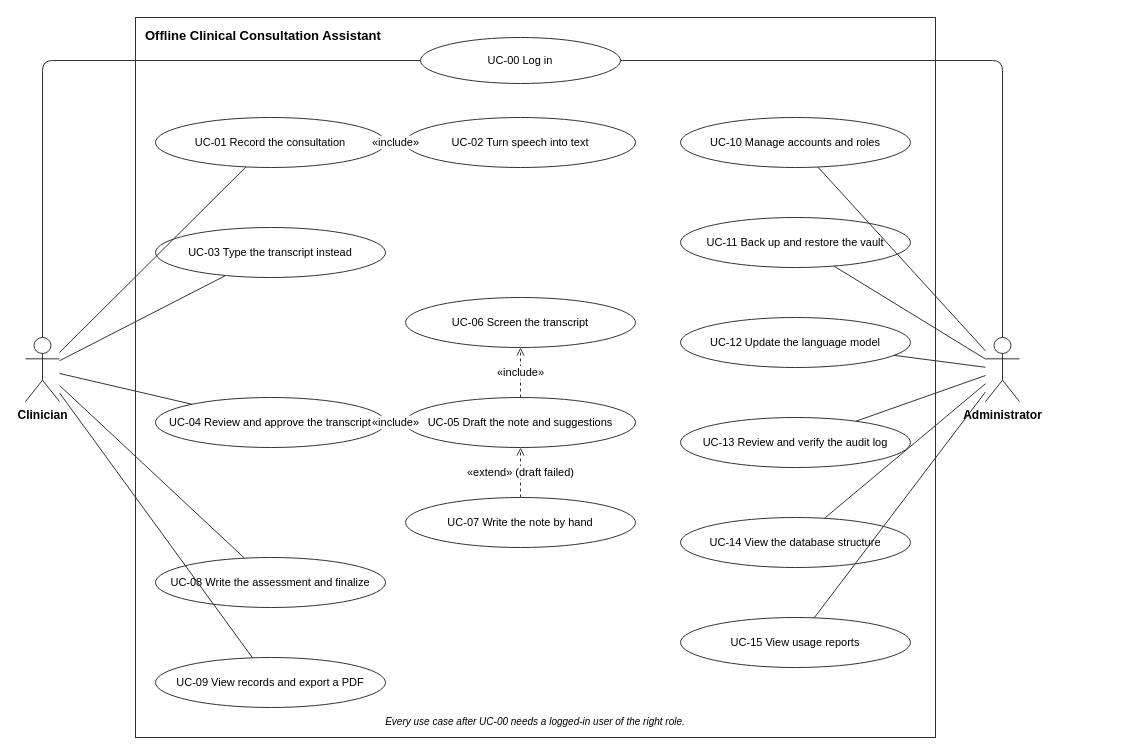
The draw.io diagram docs/design/fig-4-1-use-cases.drawio in kinuthia-mark/Offline-Desktop-Based-Medical-Professional-Clinical-Consultation-Assistant-, before the edit. Source tidied: cells renumbered, new cells numbered last; positions are measured from the earlier drawing's top-left corner, leaving out a move shared by most shapes. Both pictures are drawn from the tidied source at 100%, with x=0, y=0 at pixel (25, 17).
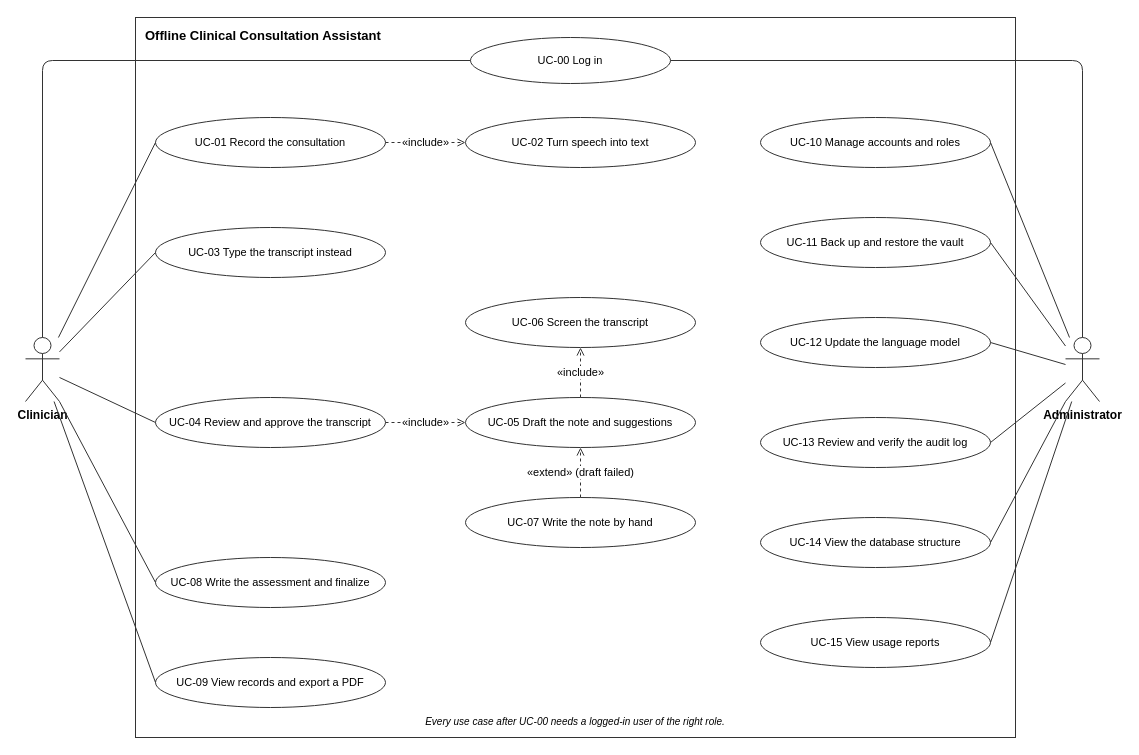
After the change.

Commit message:
docs(design): figure 4.1 lines meet each use case on the actor's side

Unchanged cells that the change refers to:
```xml
<mxCell id="3" value="Clinician" style="shape=umlActor;verticalLabelPosition=bottom;verticalAlign=top;html=1;outlineConnect=0;fillColor=#ffffff;strokeColor=#333333;fontFamily=Helvetica;fontSize=12;fontStyle=1;" parent="1" vertex="1">
  <mxGeometry y="320" width="34" height="64" as="geometry" />
</mxCell>
<mxCell id="6" value="UC-01 Record the consultation" style="ellipse;whiteSpace=wrap;html=1;fillColor=#ffffff;strokeColor=#333333;fontFamily=Helvetica;fontSize=11;" parent="1" vertex="1">
  <mxGeometry x="130" y="100" width="230" height="50" as="geometry" />
</mxCell>
<mxCell id="7" value="UC-03 Type the transcript instead" style="ellipse;whiteSpace=wrap;html=1;fillColor=#ffffff;strokeColor=#333333;fontFamily=Helvetica;fontSize=11;" parent="1" vertex="1">
  <mxGeometry x="130" y="210" width="230" height="50" as="geometry" />
</mxCell>
<mxCell id="8" value="UC-04 Review and approve the transcript" style="ellipse;whiteSpace=wrap;html=1;fillColor=#ffffff;strokeColor=#333333;fontFamily=Helvetica;fontSize=11;" parent="1" vertex="1">
  <mxGeometry x="130" y="380" width="230" height="50" as="geometry" />
</mxCell>
<mxCell id="9" value="UC-08 Write the assessment and finalize" style="ellipse;whiteSpace=wrap;html=1;fillColor=#ffffff;strokeColor=#333333;fontFamily=Helvetica;fontSize=11;" parent="1" vertex="1">
  <mxGeometry x="130" y="540" width="230" height="50" as="geometry" />
</mxCell>
<mxCell id="10" value="UC-09 View records and export a PDF" style="ellipse;whiteSpace=wrap;html=1;fillColor=#ffffff;strokeColor=#333333;fontFamily=Helvetica;fontSize=11;" parent="1" vertex="1">
  <mxGeometry x="130" y="640" width="230" height="50" as="geometry" />
</mxCell>
```

Change to the diagram source:
```diff
@@
     <mxCell id="2" value="Offline Clinical Consultation Assistant" style="rounded=0;whiteSpace=wrap;html=1;fillColor=none;strokeColor=#333333;verticalAlign=top;align=left;spacingLeft=8;spacingTop=4;fontFamily=Helvetica;fontSize=13;fontStyle=1;" parent="1" vertex="1">
-      <mxGeometry x="110" width="800" height="720" as="geometry" />
+      <mxGeometry x="110" width="880" height="720" as="geometry" />
     </mxCell>
@@
     <mxCell id="4" value="Administrator" style="shape=umlActor;verticalLabelPosition=bottom;verticalAlign=top;html=1;outlineConnect=0;fillColor=#ffffff;strokeColor=#333333;fontFamily=Helvetica;fontSize=12;fontStyle=1;" parent="1" vertex="1">
-      <mxGeometry x="960" y="320" width="34" height="64" as="geometry" />
+      <mxGeometry x="1040" y="320" width="34" height="64" as="geometry" />
     </mxCell>
     <mxCell id="5" value="UC-00 Log in" style="ellipse;whiteSpace=wrap;html=1;fillColor=#ffffff;strokeColor=#333333;fontFamily=Helvetica;fontSize=11;" parent="1" vertex="1">
-      <mxGeometry x="395" y="20" width="200" height="46" as="geometry" />
+      <mxGeometry x="445" y="20" width="200" height="46" as="geometry" />
     </mxCell>
@@
     <mxCell id="11" value="UC-02 Turn speech into text" style="ellipse;whiteSpace=wrap;html=1;fillColor=#ffffff;strokeColor=#333333;fontFamily=Helvetica;fontSize=11;" parent="1" vertex="1">
-      <mxGeometry x="380" y="100" width="230" height="50" as="geometry" />
+      <mxGeometry x="440" y="100" width="230" height="50" as="geometry" />
     </mxCell>
     <mxCell id="12" value="UC-06 Screen the transcript" style="ellipse;whiteSpace=wrap;html=1;fillColor=#ffffff;strokeColor=#333333;fontFamily=Helvetica;fontSize=11;" parent="1" vertex="1">
-      <mxGeometry x="380" y="280" width="230" height="50" as="geometry" />
+      <mxGeometry x="440" y="280" width="230" height="50" as="geometry" />
     </mxCell>
     <mxCell id="13" value="UC-05 Draft the note and suggestions" style="ellipse;whiteSpace=wrap;html=1;fillColor=#ffffff;strokeColor=#333333;fontFamily=Helvetica;fontSize=11;" parent="1" vertex="1">
-      <mxGeometry x="380" y="380" width="230" height="50" as="geometry" />
+      <mxGeometry x="440" y="380" width="230" height="50" as="geometry" />
     </mxCell>
     <mxCell id="14" value="UC-07 Write the note by hand" style="ellipse;whiteSpace=wrap;html=1;fillColor=#ffffff;strokeColor=#333333;fontFamily=Helvetica;fontSize=11;" parent="1" vertex="1">
-      <mxGeometry x="380" y="480" width="230" height="50" as="geometry" />
+      <mxGeometry x="440" y="480" width="230" height="50" as="geometry" />
     </mxCell>
     <mxCell id="15" value="UC-10 Manage accounts and roles" style="ellipse;whiteSpace=wrap;html=1;fillColor=#ffffff;strokeColor=#333333;fontFamily=Helvetica;fontSize=11;" parent="1" vertex="1">
-      <mxGeometry x="655" y="100" width="230" height="50" as="geometry" />
+      <mxGeometry x="735" y="100" width="230" height="50" as="geometry" />
     </mxCell>
     <mxCell id="16" value="UC-11 Back up and restore the vault" style="ellipse;whiteSpace=wrap;html=1;fillColor=#ffffff;strokeColor=#333333;fontFamily=Helvetica;fontSize=11;" parent="1" vertex="1">
-      <mxGeometry x="655" y="200" width="230" height="50" as="geometry" />
+      <mxGeometry x="735" y="200" width="230" height="50" as="geometry" />
     </mxCell>
     <mxCell id="17" value="UC-12 Update the language model" style="ellipse;whiteSpace=wrap;html=1;fillColor=#ffffff;strokeColor=#333333;fontFamily=Helvetica;fontSize=11;" parent="1" vertex="1">
-      <mxGeometry x="655" y="300" width="230" height="50" as="geometry" />
+      <mxGeometry x="735" y="300" width="230" height="50" as="geometry" />
     </mxCell>
     <mxCell id="18" value="UC-13 Review and verify the audit log" style="ellipse;whiteSpace=wrap;html=1;fillColor=#ffffff;strokeColor=#333333;fontFamily=Helvetica;fontSize=11;" parent="1" vertex="1">
-      <mxGeometry x="655" y="400" width="230" height="50" as="geometry" />
+      <mxGeometry x="735" y="400" width="230" height="50" as="geometry" />
     </mxCell>
     <mxCell id="19" value="UC-14 View the database structure" style="ellipse;whiteSpace=wrap;html=1;fillColor=#ffffff;strokeColor=#333333;fontFamily=Helvetica;fontSize=11;" parent="1" vertex="1">
-      <mxGeometry x="655" y="500" width="230" height="50" as="geometry" />
+      <mxGeometry x="735" y="500" width="230" height="50" as="geometry" />
     </mxCell>
     <mxCell id="20" value="UC-15 View usage reports" style="ellipse;whiteSpace=wrap;html=1;fillColor=#ffffff;strokeColor=#333333;fontFamily=Helvetica;fontSize=11;" parent="1" vertex="1">
-      <mxGeometry x="655" y="600" width="230" height="50" as="geometry" />
+      <mxGeometry x="735" y="600" width="230" height="50" as="geometry" />
     </mxCell>
-    <mxCell id="21" style="html=1;strokeColor=#333333;fontFamily=Helvetica;fontSize=11;endArrow=none;endFill=1;startArrow=none;startFill=1;labelBackgroundColor=#ffffff;" parent="1" edge="1" source="3" target="6">
+    <mxCell id="21" style="html=1;strokeColor=#333333;fontFamily=Helvetica;fontSize=11;endArrow=none;endFill=1;startArrow=none;startFill=1;labelBackgroundColor=#ffffff;entryX=0;entryY=0.5;entryDx=0;entryDy=0;" parent="1" edge="1" source="3" target="6">
       <mxGeometry relative="1" as="geometry" />
     </mxCell>
-    <mxCell id="22" style="html=1;strokeColor=#333333;fontFamily=Helvetica;fontSize=11;endArrow=none;endFill=1;startArrow=none;startFill=1;labelBackgroundColor=#ffffff;" parent="1" edge="1" source="3" target="7">
+    <mxCell id="22" style="html=1;strokeColor=#333333;fontFamily=Helvetica;fontSize=11;endArrow=none;endFill=1;startArrow=none;startFill=1;labelBackgroundColor=#ffffff;entryX=0;entryY=0.5;entryDx=0;entryDy=0;" parent="1" edge="1" source="3" target="7">
       <mxGeometry relative="1" as="geometry" />
     </mxCell>
-    <mxCell id="23" style="html=1;strokeColor=#333333;fontFamily=Helvetica;fontSize=11;endArrow=none;endFill=1;startArrow=none;startFill=1;labelBackgroundColor=#ffffff;" parent="1" edge="1" source="3" target="8">
+    <mxCell id="23" style="html=1;strokeColor=#333333;fontFamily=Helvetica;fontSize=11;endArrow=none;endFill=1;startArrow=none;startFill=1;labelBackgroundColor=#ffffff;entryX=0;entryY=0.5;entryDx=0;entryDy=0;" parent="1" edge="1" source="3" target="8">
       <mxGeometry relative="1" as="geometry" />
     </mxCell>
-    <mxCell id="24" style="html=1;strokeColor=#333333;fontFamily=Helvetica;fontSize=11;endArrow=none;endFill=1;startArrow=none;startFill=1;labelBackgroundColor=#ffffff;" parent="1" edge="1" source="3" target="9">
+    <mxCell id="24" style="html=1;strokeColor=#333333;fontFamily=Helvetica;fontSize=11;endArrow=none;endFill=1;startArrow=none;startFill=1;labelBackgroundColor=#ffffff;entryX=0;entryY=0.5;entryDx=0;entryDy=0;" parent="1" edge="1" source="3" target="9">
       <mxGeometry relative="1" as="geometry" />
     </mxCell>
-    <mxCell id="25" style="html=1;strokeColor=#333333;fontFamily=Helvetica;fontSize=11;endArrow=none;endFill=1;startArrow=none;startFill=1;labelBackgroundColor=#ffffff;" parent="1" edge="1" source="3" target="10">
+    <mxCell id="25" style="html=1;strokeColor=#333333;fontFamily=Helvetica;fontSize=11;endArrow=none;endFill=1;startArrow=none;startFill=1;labelBackgroundColor=#ffffff;entryX=0;entryY=0.5;entryDx=0;entryDy=0;" parent="1" edge="1" source="3" target="10">
       <mxGeometry relative="1" as="geometry" />
     </mxCell>
-    <mxCell id="26" style="html=1;strokeColor=#333333;fontFamily=Helvetica;fontSize=11;endArrow=none;endFill=1;startArrow=none;startFill=1;labelBackgroundColor=#ffffff;" parent="1" edge="1" source="4" target="15">
+    <mxCell id="26" style="html=1;strokeColor=#333333;fontFamily=Helvetica;fontSize=11;endArrow=none;endFill=1;startArrow=none;startFill=1;labelBackgroundColor=#ffffff;entryX=1;entryY=0.5;entryDx=0;entryDy=0;" parent="1" edge="1" source="4" target="15">
       <mxGeometry relative="1" as="geometry" />
     </mxCell>
-    <mxCell id="27" style="html=1;strokeColor=#333333;fontFamily=Helvetica;fontSize=11;endArrow=none;endFill=1;startArrow=none;startFill=1;labelBackgroundColor=#ffffff;" parent="1" edge="1" source="4" target="16">
+    <mxCell id="27" style="html=1;strokeColor=#333333;fontFamily=Helvetica;fontSize=11;endArrow=none;endFill=1;startArrow=none;startFill=1;labelBackgroundColor=#ffffff;entryX=1;entryY=0.5;entryDx=0;entryDy=0;" parent="1" edge="1" source="4" target="16">
       <mxGeometry relative="1" as="geometry" />
     </mxCell>
-    <mxCell id="28" style="html=1;strokeColor=#333333;fontFamily=Helvetica;fontSize=11;endArrow=none;endFill=1;startArrow=none;startFill=1;labelBackgroundColor=#ffffff;" parent="1" edge="1" source="4" target="17">
+    <mxCell id="28" style="html=1;strokeColor=#333333;fontFamily=Helvetica;fontSize=11;endArrow=none;endFill=1;startArrow=none;startFill=1;labelBackgroundColor=#ffffff;entryX=1;entryY=0.5;entryDx=0;entryDy=0;" parent="1" edge="1" source="4" target="17">
       <mxGeometry relative="1" as="geometry" />
     </mxCell>
-    <mxCell id="29" style="html=1;strokeColor=#333333;fontFamily=Helvetica;fontSize=11;endArrow=none;endFill=1;startArrow=none;startFill=1;labelBackgroundColor=#ffffff;" parent="1" edge="1" source="4" target="18">
+    <mxCell id="29" style="html=1;strokeColor=#333333;fontFamily=Helvetica;fontSize=11;endArrow=none;endFill=1;startArrow=none;startFill=1;labelBackgroundColor=#ffffff;entryX=1;entryY=0.5;entryDx=0;entryDy=0;" parent="1" edge="1" source="4" target="18">
       <mxGeometry relative="1" as="geometry" />
     </mxCell>
-    <mxCell id="30" style="html=1;strokeColor=#333333;fontFamily=Helvetica;fontSize=11;endArrow=none;endFill=1;startArrow=none;startFill=1;labelBackgroundColor=#ffffff;" parent="1" edge="1" source="4" target="19">
+    <mxCell id="30" style="html=1;strokeColor=#333333;fontFamily=Helvetica;fontSize=11;endArrow=none;endFill=1;startArrow=none;startFill=1;labelBackgroundColor=#ffffff;entryX=1;entryY=0.5;entryDx=0;entryDy=0;" parent="1" edge="1" source="4" target="19">
       <mxGeometry relative="1" as="geometry" />
     </mxCell>
-    <mxCell id="31" style="html=1;strokeColor=#333333;fontFamily=Helvetica;fontSize=11;endArrow=none;endFill=1;startArrow=none;startFill=1;labelBackgroundColor=#ffffff;" parent="1" edge="1" source="4" target="20">
+    <mxCell id="31" style="html=1;strokeColor=#333333;fontFamily=Helvetica;fontSize=11;endArrow=none;endFill=1;startArrow=none;startFill=1;labelBackgroundColor=#ffffff;entryX=1;entryY=0.5;entryDx=0;entryDy=0;" parent="1" edge="1" source="4" target="20">
       <mxGeometry relative="1" as="geometry" />
     </mxCell>
@@
     <mxCell id="33" style="html=1;strokeColor=#333333;fontFamily=Helvetica;fontSize=11;endArrow=none;endFill=1;startArrow=none;startFill=1;labelBackgroundColor=#ffffff;exitX=0.5;exitY=0;exitDx=0;exitDy=0;entryX=1;entryY=0.5;entryDx=0;entryDy=0;" parent="1" edge="1" source="4" target="5">
       <mxGeometry relative="1" as="geometry">
         <Array as="points">
-          <mxPoint x="977" y="43" />
+          <mxPoint x="1057" y="43" />
         </Array>
       </mxGeometry>
     </mxCell>
@@
     <mxCell id="38" value="Every use case after UC-00 needs a logged-in user of the right role." style="text;html=1;whiteSpace=wrap;fontFamily=Helvetica;fontSize=10;align=center;verticalAlign=middle;fontColor=#000000;fontStyle=2;" parent="1" vertex="1">
-      <mxGeometry x="120" y="692" width="780" height="24" as="geometry" />
+      <mxGeometry x="120" y="692" width="860" height="24" as="geometry" />
     </mxCell>
```
